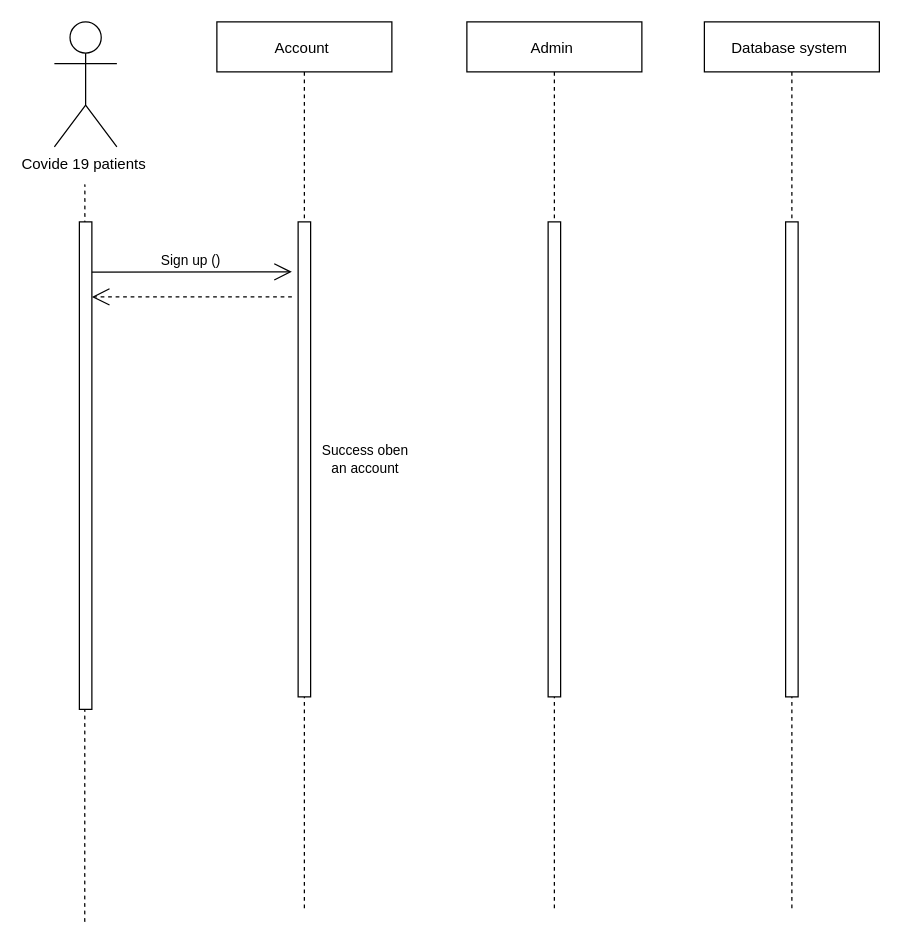
Before: SeqDia_GP.drawio in Alaa-salm/lolo, a draw.io diagram. Source tidied: cells renumbered, new cells numbered last; positions are measured from the earlier drawing's top-left corner, leaving out a move shared by most shapes. Both pictures are drawn from the tidied source at 125%, with x=0, y=0 at pixel (54, 21).
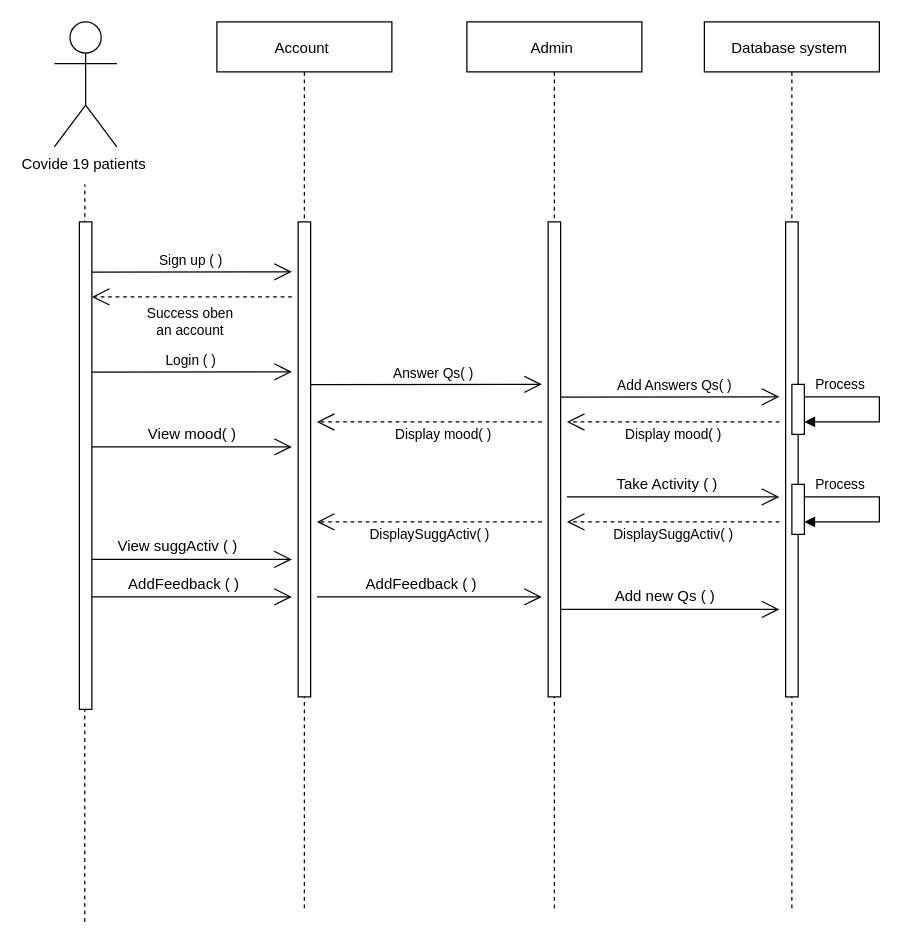
The same diagram, later.

Unchanged cells that the change refers to:
```xml
<mxCell id="2" value="Admin " style="shape=umlLifeline;perimeter=lifelinePerimeter;rounded=0;shadow=0;strokeWidth=1;" parent="1" vertex="1">
  <mxGeometry x="330" width="140" height="710" as="geometry" />
</mxCell>
<mxCell id="6" style="html=1;points=[];perimeter=orthogonalPerimeter;labelBorderColor=none;" parent="1" vertex="1">
  <mxGeometry x="20" y="160" width="10" height="390" as="geometry" />
</mxCell>
<mxCell id="9" value="Account " style="shape=umlLifeline;perimeter=lifelinePerimeter;rounded=0;shadow=0;strokeWidth=1;" parent="1" vertex="1">
  <mxGeometry x="130" width="140" height="710" as="geometry" />
</mxCell>
<mxCell id="11" style="endArrow=open;endFill=1;endSize=12;html=1;rounded=0;exitX=1;exitY=0.103;exitDx=0;exitDy=0;exitPerimeter=0;" parent="1" edge="1" source="6">
  <mxGeometry relative="1" as="geometry">
    <mxPoint x="190" y="200" as="targetPoint" />
  </mxGeometry>
</mxCell>
```

Change to the diagram source:
```diff
@@
+    <mxCell id="7" value="Database system " style="shape=umlLifeline;perimeter=lifelinePerimeter;rounded=0;shadow=0;strokeWidth=1;" parent="1" vertex="1">
+      <mxGeometry x="520" width="140" height="710" as="geometry" />
+    </mxCell>
+    <mxCell id="8" style="perimeter=orthogonalPerimeter;rounded=0;shadow=0;strokeWidth=1;" parent="7" vertex="1">
+      <mxGeometry x="65" y="160" width="10" height="380" as="geometry" />
+    </mxCell>
+    <mxCell id="14" style="html=1;perimeter=orthogonalPerimeter;labelBorderColor=none;" parent="7" vertex="1">
+      <mxGeometry x="70" y="290" width="10" height="40" as="geometry" />
+    </mxCell>
+    <mxCell id="15" style="html=1;perimeter=orthogonalPerimeter;labelBorderColor=none;" parent="7" vertex="1">
+      <mxGeometry x="70" y="370" width="10" height="40" as="geometry" />
+    </mxCell>
+    <mxCell id="16" value="DisplaySuggActiv( )" style="endArrow=open;endSize=12;dashed=1;html=1;rounded=0;" parent="7" edge="1">
+      <mxGeometry y="10" relative="1" as="geometry">
+        <mxPoint x="60" y="400" as="sourcePoint" />
+        <mxPoint x="-110" y="400" as="targetPoint" />
+      </mxGeometry>
+    </mxCell>
+    <mxCell id="17" value="Display mood( )" style="endArrow=open;endSize=12;dashed=1;html=1;rounded=0;entryX=1;entryY=0.154;entryDx=0;entryDy=0;entryPerimeter=0;" parent="7" edge="1">
+      <mxGeometry y="10" relative="1" as="geometry">
+        <mxPoint x="60" y="320" as="sourcePoint" />
+        <mxPoint x="-110" y="320.1" as="targetPoint" />
+      </mxGeometry>
+    </mxCell>
+    <mxCell id="18" style="endArrow=open;endFill=1;endSize=12;html=1;rounded=0;" parent="7" edge="1">
+      <mxGeometry relative="1" as="geometry">
+        <mxPoint x="-120" y="470" as="sourcePoint" />
+        <mxPoint x="60" y="470" as="targetPoint" />
+        <Array as="points">
+          <mxPoint x="-30" y="470" />
+        </Array>
+      </mxGeometry>
+    </mxCell>
+    <mxCell id="19" value="&lt;span style=&quot;font-size: 11px ; text-align: left ; background-color: rgb(255 , 255 , 255)&quot;&gt;Process&amp;nbsp;&lt;/span&gt;" style="text;html=1;align=center;verticalAlign=middle;strokeColor=none;fillColor=none;" parent="7" vertex="1">
+      <mxGeometry x="80" y="280" width="60" height="20" as="geometry" />
+    </mxCell>
+    <mxCell id="20" value="&lt;span style=&quot;font-size: 11px ; text-align: left ; background-color: rgb(255 , 255 , 255)&quot;&gt;Process&amp;nbsp;&lt;/span&gt;" style="text;html=1;align=center;verticalAlign=middle;strokeColor=none;fillColor=none;" parent="7" vertex="1">
+      <mxGeometry x="80" y="360" width="60" height="20" as="geometry" />
+    </mxCell>
@@
+    <mxCell id="21" style="endArrow=open;endFill=1;endSize=12;html=1;rounded=0;exitX=1;exitY=0.103;exitDx=0;exitDy=0;exitPerimeter=0;" parent="2" edge="1">
+      <mxGeometry relative="1" as="geometry">
+        <mxPoint x="75" y="300.2" as="sourcePoint" />
+        <mxPoint x="250" y="300" as="targetPoint" />
+      </mxGeometry>
+    </mxCell>
+    <mxCell id="22" value="Add Answers Qs( )" style="edgeLabel;html=1;align=center;verticalAlign=middle;" parent="21" vertex="1">
+      <mxGeometry x="0.55" y="-7" relative="1" as="geometry">
+        <mxPoint x="-46" y="-17" as="offset" />
+      </mxGeometry>
+    </mxCell>
@@
-    <mxCell id="7" value="Database system " style="shape=umlLifeline;perimeter=lifelinePerimeter;rounded=0;shadow=0;strokeWidth=1;" parent="1" vertex="1">
-      <mxGeometry x="520" width="140" height="710" as="geometry" />
-    </mxCell>
-    <mxCell id="8" style="perimeter=orthogonalPerimeter;rounded=0;shadow=0;strokeWidth=1;" parent="7" vertex="1">
-      <mxGeometry x="65" y="160" width="10" height="380" as="geometry" />
-    </mxCell>
@@
+    <mxCell id="23" style="endArrow=open;endFill=1;endSize=12;html=1;rounded=0;exitX=1;exitY=0.103;exitDx=0;exitDy=0;exitPerimeter=0;" parent="9" edge="1">
+      <mxGeometry relative="1" as="geometry">
+        <mxPoint x="75" y="290.2" as="sourcePoint" />
+        <mxPoint x="260" y="290" as="targetPoint" />
+      </mxGeometry>
+    </mxCell>
+    <mxCell id="24" value="Answer Qs( )" style="edgeLabel;html=1;align=center;verticalAlign=middle;" parent="23" vertex="1">
+      <mxGeometry x="0.55" y="-7" relative="1" as="geometry">
+        <mxPoint x="-46" y="-17" as="offset" />
+      </mxGeometry>
+    </mxCell>
+    <mxCell id="25" style="endArrow=open;endFill=1;endSize=12;html=1;rounded=0;" parent="9" edge="1">
+      <mxGeometry relative="1" as="geometry">
+        <mxPoint x="-100" y="460" as="sourcePoint" />
+        <mxPoint x="60" y="460" as="targetPoint" />
+        <Array as="points">
+          <mxPoint x="-30" y="460" />
+        </Array>
+      </mxGeometry>
+    </mxCell>
@@
-    <mxCell id="12" value="Sign up ()" style="edgeLabel;html=1;align=center;verticalAlign=middle;" parent="11" vertex="1">
+    <mxCell id="12" value="Sign up ( )" style="edgeLabel;html=1;align=center;verticalAlign=middle;" parent="11" vertex="1">
       <mxGeometry x="0.55" y="-7" relative="1" as="geometry">
         <mxPoint x="-46" y="-17" as="offset" />
       </mxGeometry>
     </mxCell>
     <mxCell id="13" value="Success oben&amp;nbsp;&lt;br&gt;an account&amp;nbsp;" style="endArrow=open;endSize=12;dashed=1;html=1;rounded=0;entryX=1;entryY=0.154;entryDx=0;entryDy=0;entryPerimeter=0;" parent="1" edge="1" target="6">
-      <mxGeometry x="-1" y="143" relative="1" as="geometry">
+      <mxGeometry y="20" relative="1" as="geometry">
         <mxPoint x="190" y="220" as="sourcePoint" />
-        <mxPoint x="60" y="-13" as="offset" />
+        <Array as="points">
+          <mxPoint x="110" y="220" />
+        </Array>
       </mxGeometry>
     </mxCell>
+    <mxCell id="26" style="endArrow=open;endFill=1;endSize=12;html=1;rounded=0;exitX=1;exitY=0.103;exitDx=0;exitDy=0;exitPerimeter=0;" parent="1" edge="1">
+      <mxGeometry relative="1" as="geometry">
+        <mxPoint x="30" y="280.2" as="sourcePoint" />
+        <mxPoint x="190" y="280" as="targetPoint" />
+      </mxGeometry>
+    </mxCell>
+    <mxCell id="27" value="Login ( )" style="edgeLabel;html=1;align=center;verticalAlign=middle;" parent="26" vertex="1">
+      <mxGeometry x="0.55" y="-7" relative="1" as="geometry">
+        <mxPoint x="-46" y="-17" as="offset" />
+      </mxGeometry>
+    </mxCell>
+    <mxCell id="28" style="edgeStyle=orthogonalEdgeStyle;html=1;align=left;spacingLeft=2;endArrow=block;rounded=0;" parent="1" edge="1">
+      <mxGeometry x="-0.71" y="10" relative="1" as="geometry">
+        <mxPoint x="600" y="300" as="sourcePoint" />
+        <mxPoint x="600" y="320" as="targetPoint" />
+        <Array as="points">
+          <mxPoint x="660" y="300" />
+          <mxPoint x="660" y="320" />
+        </Array>
+      </mxGeometry>
+    </mxCell>
+    <mxCell id="29" value="Display mood( )" style="endArrow=open;endSize=12;dashed=1;html=1;rounded=0;entryX=1;entryY=0.154;entryDx=0;entryDy=0;entryPerimeter=0;" parent="1" edge="1">
+      <mxGeometry x="-0.12" y="10" relative="1" as="geometry">
+        <mxPoint x="390" y="320" as="sourcePoint" />
+        <mxPoint x="210" y="320.1" as="targetPoint" />
+        <Array as="points">
+          <mxPoint x="290" y="320" />
+        </Array>
+      </mxGeometry>
+    </mxCell>
+    <mxCell id="30" style="endArrow=open;endFill=1;endSize=12;html=1;rounded=0;" parent="1" edge="1">
+      <mxGeometry relative="1" as="geometry">
+        <mxPoint x="30" y="340" as="sourcePoint" />
+        <mxPoint x="190" y="340" as="targetPoint" />
+        <Array as="points">
+          <mxPoint x="100" y="340" />
+        </Array>
+      </mxGeometry>
+    </mxCell>
+    <mxCell id="31" value="View mood( )" style="text;html=1;align=center;verticalAlign=middle;strokeColor=none;fillColor=none;" parent="1" vertex="1">
+      <mxGeometry x="65" y="320" width="90" height="20" as="geometry" />
+    </mxCell>
+    <mxCell id="32" style="endArrow=open;endFill=1;endSize=12;html=1;rounded=0;" parent="1" edge="1">
+      <mxGeometry relative="1" as="geometry">
+        <mxPoint x="410" y="380" as="sourcePoint" />
+        <mxPoint x="580" y="380" as="targetPoint" />
+      </mxGeometry>
+    </mxCell>
+    <mxCell id="33" value="Take Activity ( )" style="text;html=1;align=center;verticalAlign=middle;strokeColor=none;fillColor=none;" parent="1" vertex="1">
+      <mxGeometry x="440" y="360" width="100" height="20" as="geometry" />
+    </mxCell>
+    <mxCell id="34" style="edgeStyle=orthogonalEdgeStyle;html=1;align=left;spacingLeft=2;endArrow=block;rounded=0;" parent="1" edge="1">
+      <mxGeometry x="-0.86" y="10" relative="1" as="geometry">
+        <mxPoint x="600" y="380" as="sourcePoint" />
+        <mxPoint x="600" y="400" as="targetPoint" />
+        <Array as="points">
+          <mxPoint x="660" y="380" />
+          <mxPoint x="660" y="400" />
+        </Array>
+      </mxGeometry>
+    </mxCell>
+    <mxCell id="35" value="DisplaySuggActiv( )" style="endArrow=open;endSize=12;dashed=1;html=1;rounded=0;" parent="1" edge="1">
+      <mxGeometry y="10" relative="1" as="geometry">
+        <mxPoint x="390" y="400" as="sourcePoint" />
+        <mxPoint x="210" y="400" as="targetPoint" />
+      </mxGeometry>
+    </mxCell>
+    <mxCell id="36" style="endArrow=open;endFill=1;endSize=12;html=1;rounded=0;" parent="1" edge="1">
+      <mxGeometry relative="1" as="geometry">
+        <mxPoint x="30" y="430" as="sourcePoint" />
+        <mxPoint x="190" y="430" as="targetPoint" />
+        <Array as="points">
+          <mxPoint x="100" y="430" />
+        </Array>
+      </mxGeometry>
+    </mxCell>
+    <mxCell id="37" value="View suggActiv ( )&amp;nbsp;" style="text;html=1;align=center;verticalAlign=middle;strokeColor=none;fillColor=none;" parent="1" vertex="1">
+      <mxGeometry x="45" y="410" width="110" height="20" as="geometry" />
+    </mxCell>
+    <mxCell id="38" style="endArrow=open;endFill=1;endSize=12;html=1;rounded=0;" parent="1" edge="1">
+      <mxGeometry relative="1" as="geometry">
+        <mxPoint x="210" y="460" as="sourcePoint" />
+        <mxPoint x="390" y="460" as="targetPoint" />
+        <Array as="points">
+          <mxPoint x="300" y="460" />
+          <mxPoint x="350" y="460" />
+          <mxPoint x="340" y="460" />
+        </Array>
+      </mxGeometry>
+    </mxCell>
+    <mxCell id="39" value="AddFeedback ( )&amp;nbsp;" style="text;html=1;align=center;verticalAlign=middle;strokeColor=none;fillColor=none;" parent="1" vertex="1">
+      <mxGeometry x="50" y="440" width="110" height="20" as="geometry" />
+    </mxCell>
+    <mxCell id="40" value="&lt;span&gt;AddFeedback ( )&amp;nbsp;&lt;/span&gt;" style="text;html=1;align=center;verticalAlign=middle;strokeColor=none;fillColor=none;" parent="1" vertex="1">
+      <mxGeometry x="240" y="440" width="110" height="20" as="geometry" />
+    </mxCell>
+    <mxCell id="41" value="Add new Qs ( )&amp;nbsp;" style="text;html=1;align=center;verticalAlign=middle;strokeColor=none;fillColor=none;" parent="1" vertex="1">
+      <mxGeometry x="440" y="450" width="100" height="20" as="geometry" />
+    </mxCell>
```
